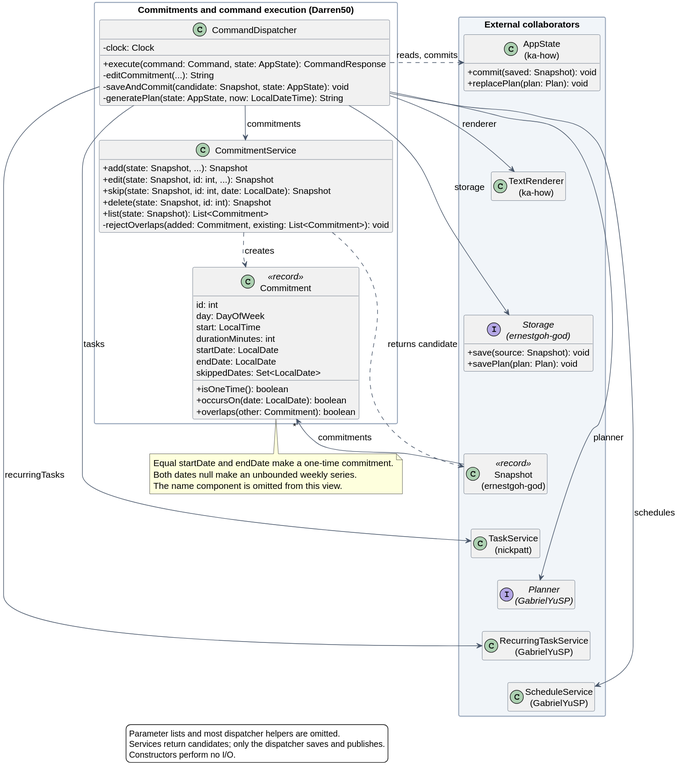
Before: docs/images/darren-commitment-dispatch-classes.svg, a diagram exported from PlantUML (AY2627S1-CS2113-T10-1/tp).
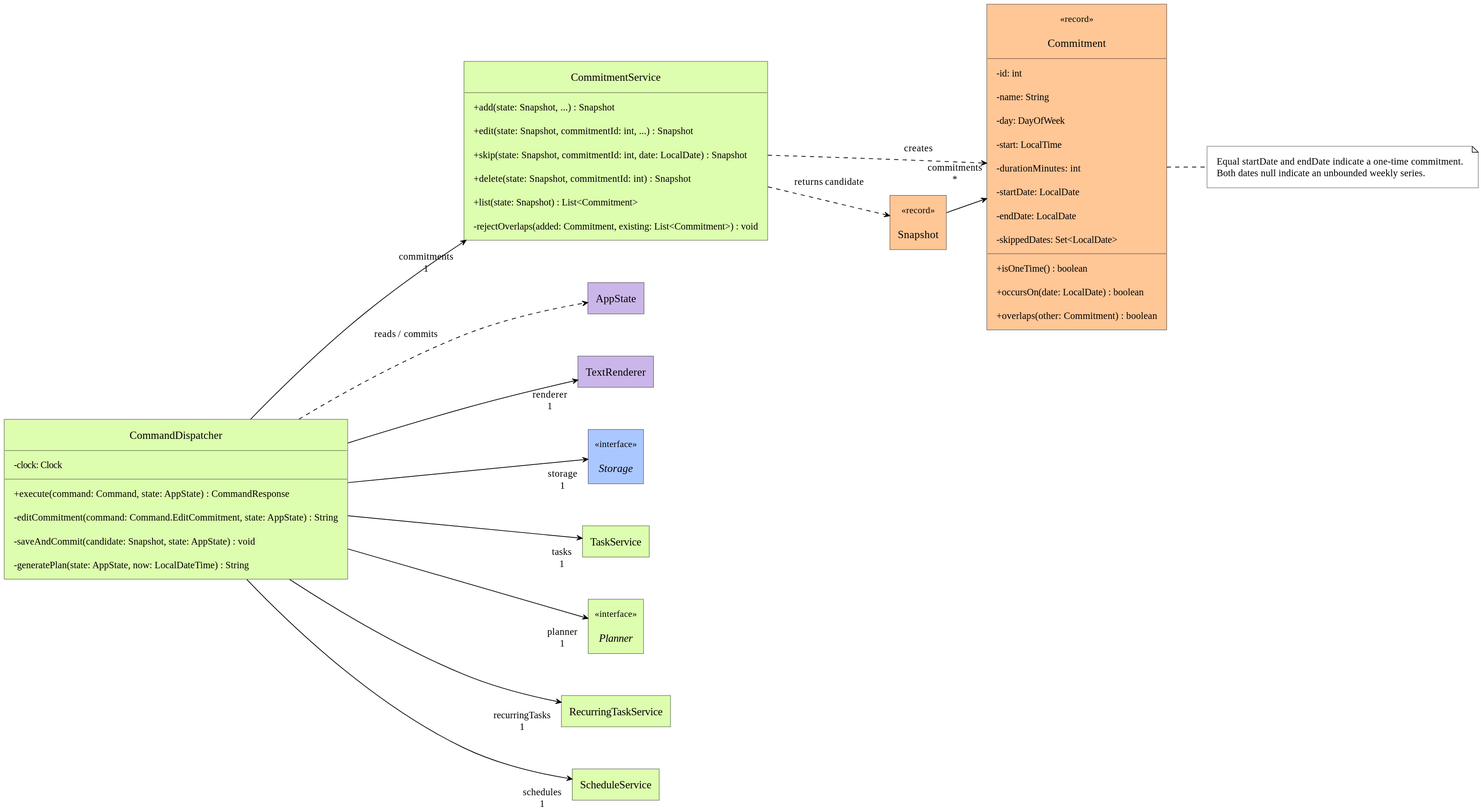
The same diagram one commit later.

What changed in the source:
```diff
@@ -1,94 +1,60 @@
 @startuml
-!pragma layout smetana
-skinparam backgroundColor white
-skinparam shadowing false
-skinparam defaultFontName SansSerif
-skinparam defaultFontSize 15
-skinparam classAttributeIconSize 0
-skinparam packageStyle rectangle
-skinparam ArrowColor #475569
-skinparam classBorderColor #475569
-skinparam packageBorderColor #94A3B8
+!include course-style.puml
+left to right direction
 hide empty members
-top to bottom direction
 
-package "Commitments and command execution (Darren50)" {
-    class CommandDispatcher {
-        -clock: Clock
-        +execute(command: Command, state: AppState): CommandResponse
-        -editCommitment(...): String
-        -saveAndCommit(candidate: Snapshot, state: AppState): void
-        -generatePlan(state: AppState, now: LocalDateTime): String
-    }
-    class CommitmentService {
-        +add(state: Snapshot, ...): Snapshot
-        +edit(state: Snapshot, id: int, ...): Snapshot
-        +skip(state: Snapshot, id: int, date: LocalDate): Snapshot
-        +delete(state: Snapshot, id: int): Snapshot
-        +list(state: Snapshot): List<Commitment>
-        -rejectOverlaps(added: Commitment, existing: List<Commitment>): void
-    }
-    class Commitment <<record>> {
-        id: int
-        day: DayOfWeek
-        start: LocalTime
-        durationMinutes: int
-        startDate: LocalDate
-        endDate: LocalDate
-        skippedDates: Set<LocalDate>
-        +isOneTime(): boolean
-        +occursOn(date: LocalDate): boolean
-        +overlaps(other: Commitment): boolean
-    }
+class CommandDispatcher DOMAIN {
+    - clock: Clock
+    + execute(command: Command, state: AppState) : CommandResponse
+    - editCommitment(command: Command.EditCommitment, state: AppState) : String
+    - saveAndCommit(candidate: Snapshot, state: AppState) : void
+    - generatePlan(state: AppState, now: LocalDateTime) : String
 }
+class CommitmentService DOMAIN {
+    + add(state: Snapshot, ...) : Snapshot
+    + edit(state: Snapshot, commitmentId: int, ...) : Snapshot
+    + skip(state: Snapshot, commitmentId: int, date: LocalDate) : Snapshot
+    + delete(state: Snapshot, commitmentId: int) : Snapshot
+    + list(state: Snapshot) : List<Commitment>
+    - rejectOverlaps(added: Commitment, existing: List<Commitment>) : void
+}
+class Commitment <<record>> VALUES {
+    - id: int
+    - name: String
+    - day: DayOfWeek
+    - start: LocalTime
+    - durationMinutes: int
+    - startDate: LocalDate
+    - endDate: LocalDate
+    - skippedDates: Set<LocalDate>
+    + isOneTime() : boolean
+    + occursOn(date: LocalDate) : boolean
+    + overlaps(other: Commitment) : boolean
+}
+class AppState SHELL
+class TextRenderer SHELL
+interface Storage <<interface>> PERSISTENCE
+class Snapshot <<record>> VALUES
+class TaskService DOMAIN
+interface Planner <<interface>> DOMAIN
+class RecurringTaskService DOMAIN
+class ScheduleService DOMAIN
 
-package "External collaborators" #F1F5F9 {
-    class "AppState\n(ka-how)" as AppState {
-        +commit(saved: Snapshot): void
-        +replacePlan(plan: Plan): void
-    }
-    class "TextRenderer\n(ka-how)" as TextRenderer
-    interface "Storage\n(ernestgoh-god)" as Storage {
-        +save(source: Snapshot): void
-        +savePlan(plan: Plan): void
-    }
-    class "Snapshot\n(ernestgoh-god)" as Snapshot <<record>>
-    class "TaskService\n(nickpatt)" as TaskService
-    interface "Planner\n(GabrielYuSP)" as Planner
-    class "RecurringTaskService\n(GabrielYuSP)" as RecurringTaskService
-    class "ScheduleService\n(GabrielYuSP)" as ScheduleService
-}
-
-CommandDispatcher --> CommitmentService : commitments
-CommandDispatcher --> TaskService : tasks
-CommandDispatcher --> Storage : storage
-CommandDispatcher --> Planner : planner
-CommandDispatcher --> ScheduleService : schedules
-CommandDispatcher --> TextRenderer : renderer
-CommandDispatcher --> RecurringTaskService : recurringTasks
-CommandDispatcher ..> AppState : reads, commits
+CommandDispatcher --> "commitments\n1" CommitmentService
+CommandDispatcher --> "tasks\n1" TaskService
+CommandDispatcher --> "storage\n1" Storage
+CommandDispatcher --> "planner\n1" Planner
+CommandDispatcher --> "schedules\n1" ScheduleService
+CommandDispatcher --> "renderer\n1" TextRenderer
+CommandDispatcher --> "recurringTasks\n1" RecurringTaskService
+CommandDispatcher ..> AppState : reads / commits
 CommitmentService ..> Snapshot : returns candidate
 CommitmentService ..> Commitment : creates
-Snapshot --> "*" Commitment : commitments
+Snapshot --> "commitments\n*" Commitment
 
-CommitmentService -[hidden]down-> Commitment
-AppState -[hidden]down-> TextRenderer
-TextRenderer -[hidden]down-> Storage
-Storage -[hidden]down-> Snapshot
-Snapshot -[hidden]down-> TaskService
-TaskService -[hidden]down-> Planner
-Planner -[hidden]down-> RecurringTaskService
-RecurringTaskService -[hidden]down-> ScheduleService
-
-note bottom of Commitment
-  Equal startDate and endDate make a one-time commitment.
-  Both dates null make an unbounded weekly series.
-  The name component is omitted from this view.
+note as CommitmentNote
+  Equal startDate and endDate indicate a one-time commitment.
+  Both dates null indicate an unbounded weekly series.
 end note
-
-legend bottom
-  Parameter lists and most dispatcher helpers are omitted.
-  Services return candidates; only the dispatcher saves and publishes.
-  Constructors perform no I/O.
-endlegend
+Commitment .. CommitmentNote
 @enduml
```
